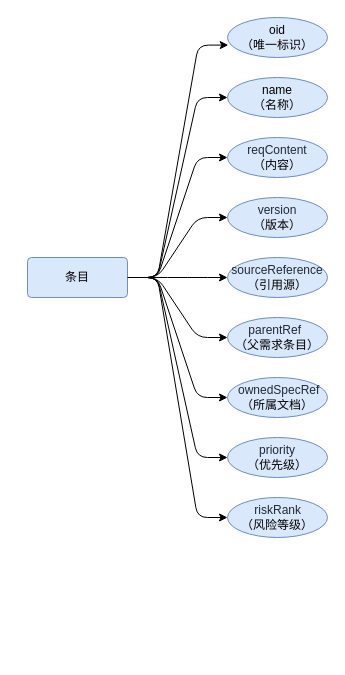
Earlier version of the draw.io diagram entry(E-R).drawio (ColinCongDu/chart). Source tidied: cells renumbered, new cells numbered last; positions are measured from the earlier drawing's top-left corner, leaving out a move shared by most shapes. Both pictures are drawn from the tidied source at 100%, with x=0, y=0 at pixel (27, 17).
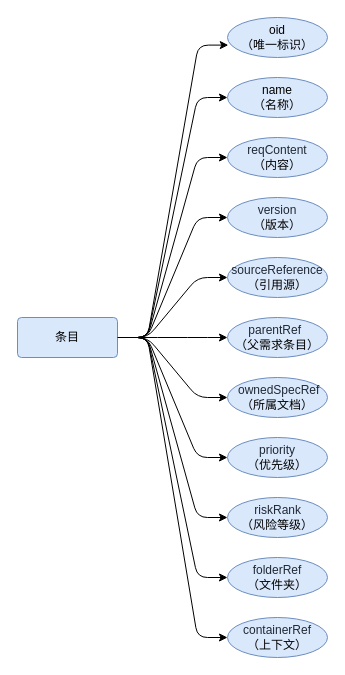
Above is the later version.

Change to the diagram source:
```diff
@@
+    <mxCell id="21" style="edgeStyle=entityRelationEdgeStyle;rounded=1;jettySize=auto;html=1;entryX=0;entryY=0.5;entryDx=0;entryDy=0;strokeColor=default;align=center;verticalAlign=middle;fontFamily=Helvetica;fontSize=11;fontColor=default;labelBackgroundColor=default;endArrow=classic;curved=0;" parent="1" edge="1" source="10" target="23">
+      <mxGeometry relative="1" as="geometry" />
+    </mxCell>
+    <mxCell id="22" style="edgeStyle=entityRelationEdgeStyle;rounded=1;jettySize=auto;html=1;entryX=0;entryY=0.5;entryDx=0;entryDy=0;strokeColor=default;align=center;verticalAlign=middle;fontFamily=Helvetica;fontSize=11;fontColor=default;labelBackgroundColor=default;endArrow=classic;" parent="1" edge="1" source="10" target="24">
+      <mxGeometry relative="1" as="geometry" />
+    </mxCell>
     <mxCell id="10" value="条目" style="rounded=1;arcSize=10;whiteSpace=wrap;html=1;align=center;fillColor=#dae8fc;strokeColor=#6c8ebf;" parent="1" vertex="1">
-      <mxGeometry y="240" width="100" height="40" as="geometry" />
+      <mxGeometry x="-10" y="300" width="100" height="40" as="geometry" />
     </mxCell>
@@
+    <mxCell id="23" value="&lt;span style=&quot;color: rgb(31, 41, 55); font-family: AlibabaPuHuiTi-3-55-Regular; text-align: left; text-wrap-mode: nowrap;&quot;&gt;folderRef&lt;/span&gt;&lt;span&gt;&lt;br&gt;&lt;/span&gt;&lt;div&gt;&lt;span&gt;（文件夹&lt;/span&gt;&lt;span&gt;）&lt;/span&gt;&lt;/div&gt;" style="ellipse;whiteSpace=wrap;html=1;align=center;strokeColor=#6c8ebf;verticalAlign=middle;fontFamily=Helvetica;fontSize=12;fontColor=default;fillColor=#dae8fc;" parent="1" vertex="1">
+      <mxGeometry x="200" y="540" width="100" height="40" as="geometry" />
+    </mxCell>
+    <mxCell id="24" value="&lt;span style=&quot;color: rgb(31, 41, 55); font-family: AlibabaPuHuiTi-3-55-Regular; text-align: left; text-wrap-mode: nowrap;&quot;&gt;containerRef&lt;/span&gt;&lt;span&gt;&lt;br&gt;&lt;/span&gt;&lt;div&gt;&lt;span&gt;（上下文&lt;/span&gt;&lt;span&gt;）&lt;/span&gt;&lt;/div&gt;" style="ellipse;whiteSpace=wrap;html=1;align=center;strokeColor=#6c8ebf;verticalAlign=middle;fontFamily=Helvetica;fontSize=12;fontColor=default;fillColor=#dae8fc;" parent="1" vertex="1">
+      <mxGeometry x="200" y="600" width="100" height="40" as="geometry" />
+    </mxCell>
```
